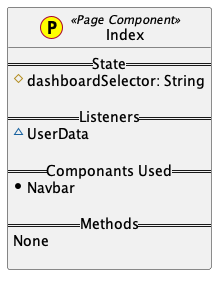
Earlier version of the PlantUML export entry_system_website/UML_Diagrams/Pages/Index.png (grid-rider/Computer_Science_IA_EntrySystem_Website).
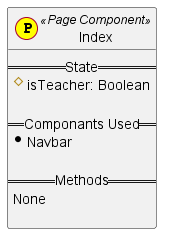
The same diagram one commit later.

What changed in the source:
```diff
@@ -2,10 +2,7 @@
 
 class Index << (P,yellow) Page Component>> {
     == State ==
-     #dashboardSelector: String
-
-    == Listeners ==
-     ~UserData
+     #isTeacher: Boolean
 
     == Componants Used ==
      *Navbar
```
